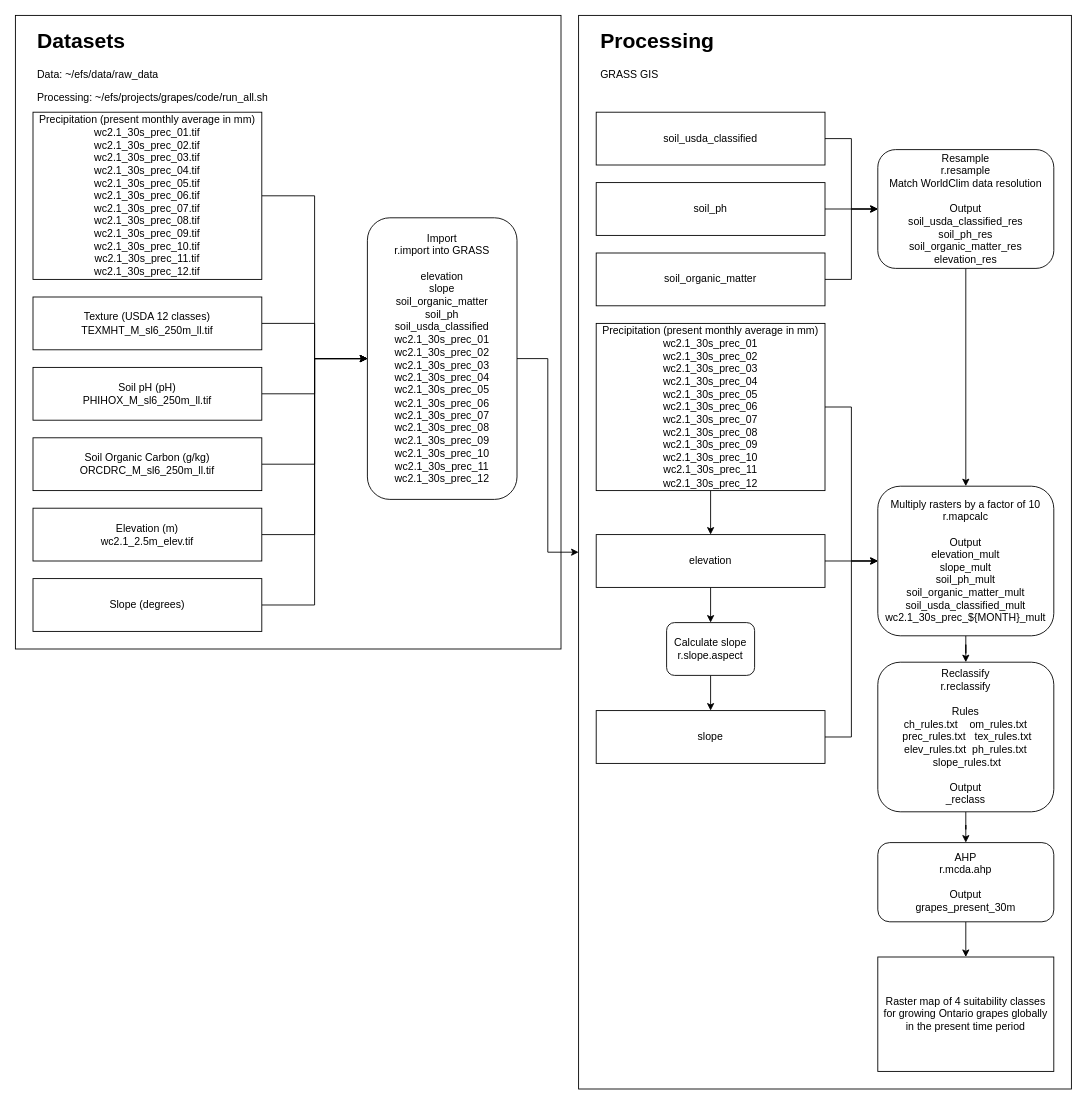
The draw.io diagram ahp_present_methodology.drawio in UTMSustAg/methodology, before the edit. Source tidied: cells renumbered, new cells numbered last; positions are measured from the earlier drawing's top-left corner, leaving out a move shared by most shapes. Both pictures are drawn from the tidied source at 88%, with x=0, y=0 at pixel (15, 15).
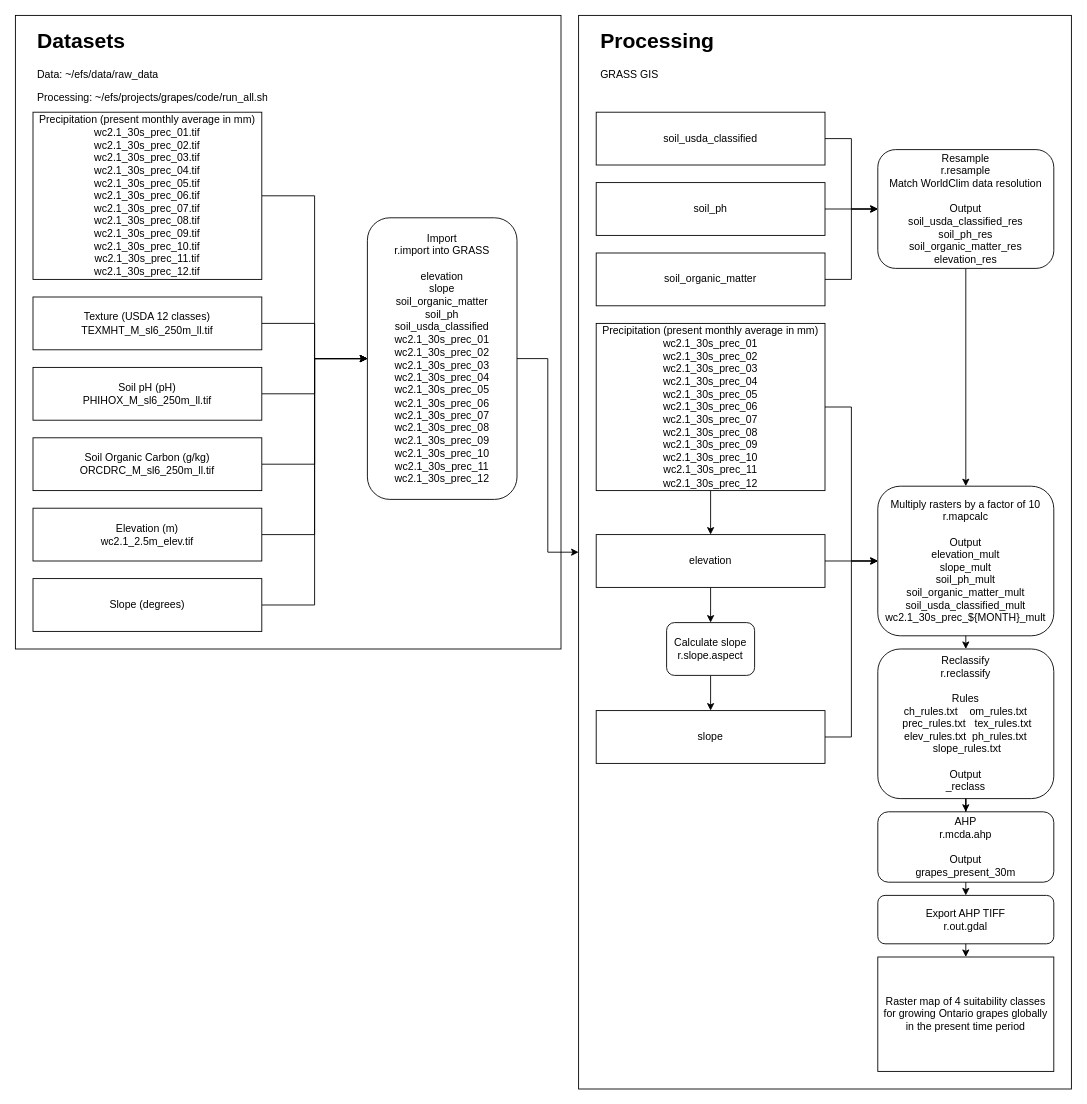
The same page after the edit.

The change refers to these unchanged cells:
```xml
<mxCell id="41" value="Multiply rasters by a factor of 10&lt;br&gt;r.mapcalc&lt;br&gt;&lt;br&gt;Output&lt;br&gt;elevation_mult&lt;br&gt;slope_mult&lt;br&gt;soil_ph_mult&lt;br&gt;soil_organic_matter_mult&lt;br&gt;soil_usda_classified_mult&lt;br&gt;wc2.1_30s_prec_${MONTH}_mult" style="rounded=1;whiteSpace=wrap;html=1;fontColor=#000000;" parent="1" vertex="1">
  <mxGeometry x="980" y="535" width="200" height="170" as="geometry" />
</mxCell>
<mxCell id="44" value="Raster map of 4 suitability classes for growing Ontario grapes globally in the present time period" style="rounded=0;whiteSpace=wrap;html=1;" parent="1" vertex="1">
  <mxGeometry x="980" y="1070" width="200" height="130" as="geometry" />
</mxCell>
```

The edit, as a diff of the source:
```diff
@@
     <mxCell id="39" value="Reclassify&lt;br&gt;r.reclassify&lt;br&gt;&lt;br&gt;Rules&lt;br&gt;&lt;div&gt;ch_rules.txt &amp;nbsp; &amp;nbsp;om_rules.txt &amp;nbsp;prec_rules.txt &amp;nbsp; tex_rules.txt&lt;/div&gt;&lt;div&gt;elev_rules.txt &amp;nbsp;ph_rules.txt &amp;nbsp;slope_rules.txt&lt;/div&gt;&lt;br&gt;Output&lt;br&gt;_reclass" style="rounded=1;whiteSpace=wrap;html=1;" parent="1" vertex="1">
-      <mxGeometry x="980" y="735" width="200" height="170" as="geometry" />
+      <mxGeometry x="980" y="720" width="200" height="170" as="geometry" />
     </mxCell>
-    <mxCell id="40" style="edgeStyle=orthogonalEdgeStyle;rounded=0;jettySize=auto;html=1;" parent="1" edge="1" source="41" target="39">
-      <mxGeometry relative="1" as="geometry" />
-    </mxCell>
@@
-    <mxCell id="42" style="edgeStyle=orthogonalEdgeStyle;rounded=0;jettySize=auto;html=1;" parent="1" edge="1" source="43" target="44">
-      <mxGeometry relative="1" as="geometry" />
-    </mxCell>
     <mxCell id="43" value="AHP&lt;br&gt;r.mcda.ahp&lt;br&gt;&lt;br&gt;Output&lt;br&gt;grapes_present_30m" style="rounded=1;whiteSpace=wrap;html=1;" parent="1" vertex="1">
-      <mxGeometry x="980" y="940" width="200" height="90" as="geometry" />
+      <mxGeometry x="980" y="905" width="200" height="80" as="geometry" />
     </mxCell>
@@
+    <mxCell id="45" value="Export AHP TIFF&lt;br&gt;r.out.gdal" style="rounded=1;whiteSpace=wrap;html=1;" parent="1" vertex="1">
+      <mxGeometry x="980" y="1000" width="200" height="55" as="geometry" />
+    </mxCell>
+    <mxCell id="46" style="endArrow=classic;html=1;rounded=0;exitX=0.5;exitY=1;exitDx=0;exitDy=0;entryX=0.5;entryY=0;entryDx=0;entryDy=0;" parent="1" edge="1" source="43" target="45">
+      <mxGeometry relative="1" as="geometry" />
+    </mxCell>
+    <mxCell id="47" style="endArrow=classic;html=1;rounded=0;exitX=0.5;exitY=1;exitDx=0;exitDy=0;entryX=0.5;entryY=0;entryDx=0;entryDy=0;" parent="1" edge="1" source="45" target="44">
+      <mxGeometry relative="1" as="geometry" />
+    </mxCell>
+    <mxCell id="40" style="endArrow=classic;html=1;rounded=0;exitX=0.5;exitY=1;exitDx=0;exitDy=0;entryX=0.5;entryY=0;entryDx=0;entryDy=0;" parent="1" edge="1" source="41" target="39">
+      <mxGeometry relative="1" as="geometry" />
+    </mxCell>
```
